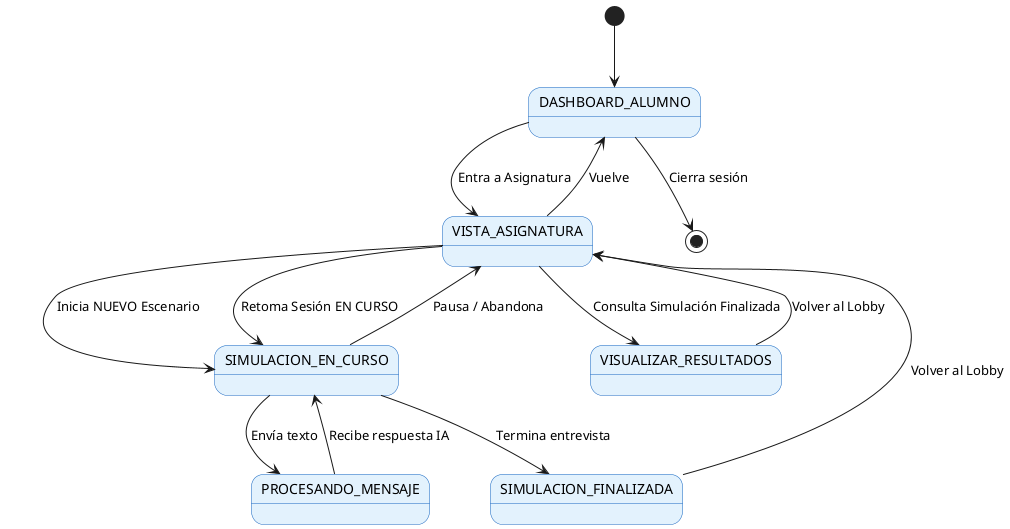
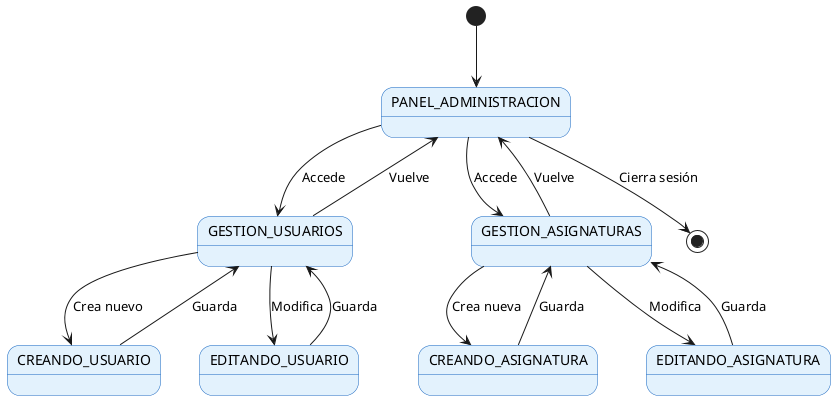
@startuml
skinparam stateBackgroundColor #E3F2FD
skinparam stateBorderColor #1565C0
- 
- [*] --> DASHBOARD_ALUMNO
- DASHBOARD_ALUMNO --> VISTA_ASIGNATURA : Entra a Asignatura
- VISTA_ASIGNATURA --> DASHBOARD_ALUMNO : Vuelve
- ' Las tres rutas del Lobby
- VISTA_ASIGNATURA --> SIMULACION_EN_CURSO : Inicia NUEVO Escenario
- VISTA_ASIGNATURA --> SIMULACION_EN_CURSO : Retoma Sesión EN CURSO
- VISTA_ASIGNATURA --> VISUALIZAR_RESULTADOS : Consulta Simulación Finalizada
- ' Ciclo de Mensajería
- SIMULACION_EN_CURSO --> PROCESANDO_MENSAJE : Envía texto
- PROCESANDO_MENSAJE --> SIMULACION_EN_CURSO : Recibe respuesta IA
- ' Pausa / Abandono
- SIMULACION_EN_CURSO --> VISTA_ASIGNATURA : Pausa / Abandona
- ' Finalización y Retornos
- SIMULACION_EN_CURSO --> SIMULACION_FINALIZADA : Termina entrevista
- SIMULACION_FINALIZADA --> VISTA_ASIGNATURA : Volver al Lobby
- VISUALIZAR_RESULTADOS --> VISTA_ASIGNATURA : Volver al Lobby
+ [*] --> PANEL_ADMINISTRACION
+ PANEL_ADMINISTRACION --> GESTION_USUARIOS : Accede
+ GESTION_USUARIOS --> PANEL_ADMINISTRACION : Vuelve
+ GESTION_USUARIOS --> CREANDO_USUARIO : Crea nuevo
+ CREANDO_USUARIO --> GESTION_USUARIOS : Guarda
+ GESTION_USUARIOS --> EDITANDO_USUARIO : Modifica
+ EDITANDO_USUARIO --> GESTION_USUARIOS : Guarda
+ PANEL_ADMINISTRACION --> GESTION_ASIGNATURAS : Accede
+ GESTION_ASIGNATURAS --> PANEL_ADMINISTRACION : Vuelve
+ GESTION_ASIGNATURAS --> CREANDO_ASIGNATURA : Crea nueva
+ CREANDO_ASIGNATURA --> GESTION_ASIGNATURAS : Guarda
+ GESTION_ASIGNATURAS --> EDITANDO_ASIGNATURA : Modifica
+ EDITANDO_ASIGNATURA --> GESTION_ASIGNATURAS : Guarda
' Cierre de sesión
- DASHBOARD_ALUMNO --> [*] : Cierra sesión
+ PANEL_ADMINISTRACION --> [*] : Cierra sesión
@enduml